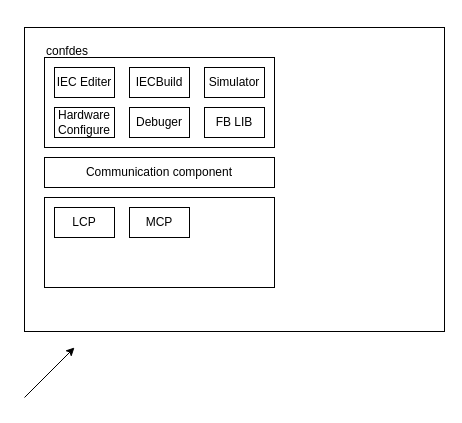
This is CMC_SOFT_FRAME.drawio from nathanningbo/general_ztf, a draw.io file, before an edit. Source tidied: cells renumbered, new cells numbered last; positions are measured from the earlier drawing's top-left corner, leaving out a move shared by most shapes. Both pictures are drawn from the tidied source at 100%, with x=0, y=0 at pixel (24, 27).
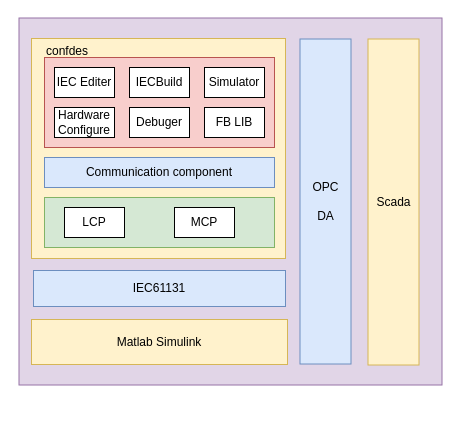
After the change.

What changed in the source:
```diff
@@
 <mxGraphModel>
   <root>
     <mxCell id="0" />
     <mxCell id="1" parent="0" />
+    <mxCell id="16" style="rounded=0;whiteSpace=wrap;html=1;fillColor=#e1d5e7;strokeColor=#9673a6;" parent="1" vertex="1">
+      <mxGeometry x="-5.5" y="-9.5" width="423" height="367" as="geometry" />
+    </mxCell>
-    <mxCell id="2" style="rounded=0;whiteSpace=wrap;html=1;" parent="1" vertex="1">
-      <mxGeometry width="420" height="304" as="geometry" />
+    <mxCell id="2" style="rounded=0;whiteSpace=wrap;html=1;fillColor=#fff2cc;strokeColor=#d6b656;" parent="1" vertex="1">
+      <mxGeometry x="7" y="11" width="254" height="220" as="geometry" />
     </mxCell>
-    <mxCell id="3" style="rounded=0;whiteSpace=wrap;html=1;" parent="1" vertex="1">
+    <mxCell id="3" style="rounded=0;whiteSpace=wrap;html=1;fillColor=#f8cecc;strokeColor=#b85450;" parent="1" vertex="1">
       <mxGeometry x="20" y="30" width="230" height="90" as="geometry" />
     </mxCell>
     <mxCell id="4" value="IEC Editer" style="rounded=0;whiteSpace=wrap;html=1;" parent="1" vertex="1">
       <mxGeometry x="30" y="40" width="60" height="30" as="geometry" />
     </mxCell>
     <mxCell id="5" value="IECBuild" style="rounded=0;whiteSpace=wrap;html=1;" parent="1" vertex="1">
       <mxGeometry x="105" y="40" width="60" height="30" as="geometry" />
     </mxCell>
     <mxCell id="6" value="Debuger" style="rounded=0;whiteSpace=wrap;html=1;" parent="1" vertex="1">
       <mxGeometry x="105" y="80" width="60" height="30" as="geometry" />
     </mxCell>
-    <mxCell id="7" style="endArrow=classic;html=1;" parent="1" edge="1">
-      <mxGeometry relative="1" as="geometry">
-        <mxPoint y="370" as="sourcePoint" />
-        <mxPoint x="50" y="320" as="targetPoint" />
-      </mxGeometry>
-    </mxCell>
     <mxCell id="8" value="confdes" style="text;html=1;align=left;verticalAlign=top;spacingTop=-4;" parent="1" vertex="1">
       <mxGeometry x="20" y="14" width="60" height="20" as="geometry" />
     </mxCell>
     <mxCell id="9" value="Simulator" style="rounded=0;whiteSpace=wrap;html=1;" parent="1" vertex="1">
       <mxGeometry x="180" y="40" width="60" height="30" as="geometry" />
     </mxCell>
     <mxCell id="10" value="&lt;div&gt;Hardware&lt;/div&gt;&lt;div&gt;&lt;span id=&quot;w_520&quot; class=&quot;high-light-bg&quot;&gt;Configure&lt;/span&gt;&lt;/div&gt;" style="rounded=0;whiteSpace=wrap;html=1;" parent="1" vertex="1">
       <mxGeometry x="30" y="80" width="60" height="30" as="geometry" />
     </mxCell>
     <mxCell id="11" value="FB LIB" style="rounded=0;whiteSpace=wrap;html=1;" parent="1" vertex="1">
       <mxGeometry x="180" y="80" width="60" height="30" as="geometry" />
     </mxCell>
-    <mxCell id="12" value="Communication component" style="rounded=0;whiteSpace=wrap;html=1;" parent="1" vertex="1">
+    <mxCell id="12" value="Communication component" style="rounded=0;whiteSpace=wrap;html=1;fillColor=#dae8fc;strokeColor=#6c8ebf;" parent="1" vertex="1">
       <mxGeometry x="20" y="130" width="230" height="30" as="geometry" />
     </mxCell>
-    <mxCell id="13" style="rounded=0;whiteSpace=wrap;html=1;" parent="1" vertex="1">
-      <mxGeometry x="20" y="170" width="230" height="90" as="geometry" />
+    <mxCell id="13" style="rounded=0;whiteSpace=wrap;html=1;fillColor=#d5e8d4;strokeColor=#82b366;" parent="1" vertex="1">
+      <mxGeometry x="20" y="170" width="230" height="50" as="geometry" />
     </mxCell>
     <mxCell id="14" value="LCP" style="rounded=0;whiteSpace=wrap;html=1;" parent="1" vertex="1">
-      <mxGeometry x="30" y="180" width="60" height="30" as="geometry" />
+      <mxGeometry x="40" y="180" width="60" height="30" as="geometry" />
     </mxCell>
     <mxCell id="15" value="MCP" style="rounded=0;whiteSpace=wrap;html=1;" parent="1" vertex="1">
-      <mxGeometry x="105" y="180" width="60" height="30" as="geometry" />
+      <mxGeometry x="150" y="180" width="60" height="30" as="geometry" />
     </mxCell>
+    <mxCell id="17" value="&lt;div&gt;&lt;font style=&quot;font-size: 12px&quot;&gt;OPC&lt;/font&gt;&lt;/div&gt;&lt;div&gt;&lt;font style=&quot;font-size: 12px&quot;&gt;&lt;br&gt;&lt;/font&gt;&lt;/div&gt;&lt;div&gt;&lt;font style=&quot;font-size: 12px&quot;&gt; DA&lt;/font&gt;&lt;/div&gt;" style="rounded=0;whiteSpace=wrap;html=1;fillColor=#dae8fc;strokeColor=#6c8ebf;" parent="1" vertex="1">
+      <mxGeometry x="275.5" y="11.5" width="51" height="325" as="geometry" />
+    </mxCell>
+    <mxCell id="18" value="Scada" style="rounded=0;whiteSpace=wrap;html=1;fillColor=#fff2cc;strokeColor=#d6b656;" parent="1" vertex="1">
+      <mxGeometry x="343.5" y="11.5" width="51" height="326" as="geometry" />
+    </mxCell>
+    <mxCell id="19" value="IEC61131" style="rounded=0;whiteSpace=wrap;html=1;fillColor=#dae8fc;strokeColor=#6c8ebf;" parent="1" vertex="1">
+      <mxGeometry x="9" y="243" width="252" height="36" as="geometry" />
+    </mxCell>
+    <mxCell id="20" value="Matlab Simulink" style="rounded=0;whiteSpace=wrap;html=1;fillColor=#fff2cc;strokeColor=#d6b656;" parent="1" vertex="1">
+      <mxGeometry x="7" y="292" width="256" height="45" as="geometry" />
+    </mxCell>
   </root>
 </mxGraphModel>
```
